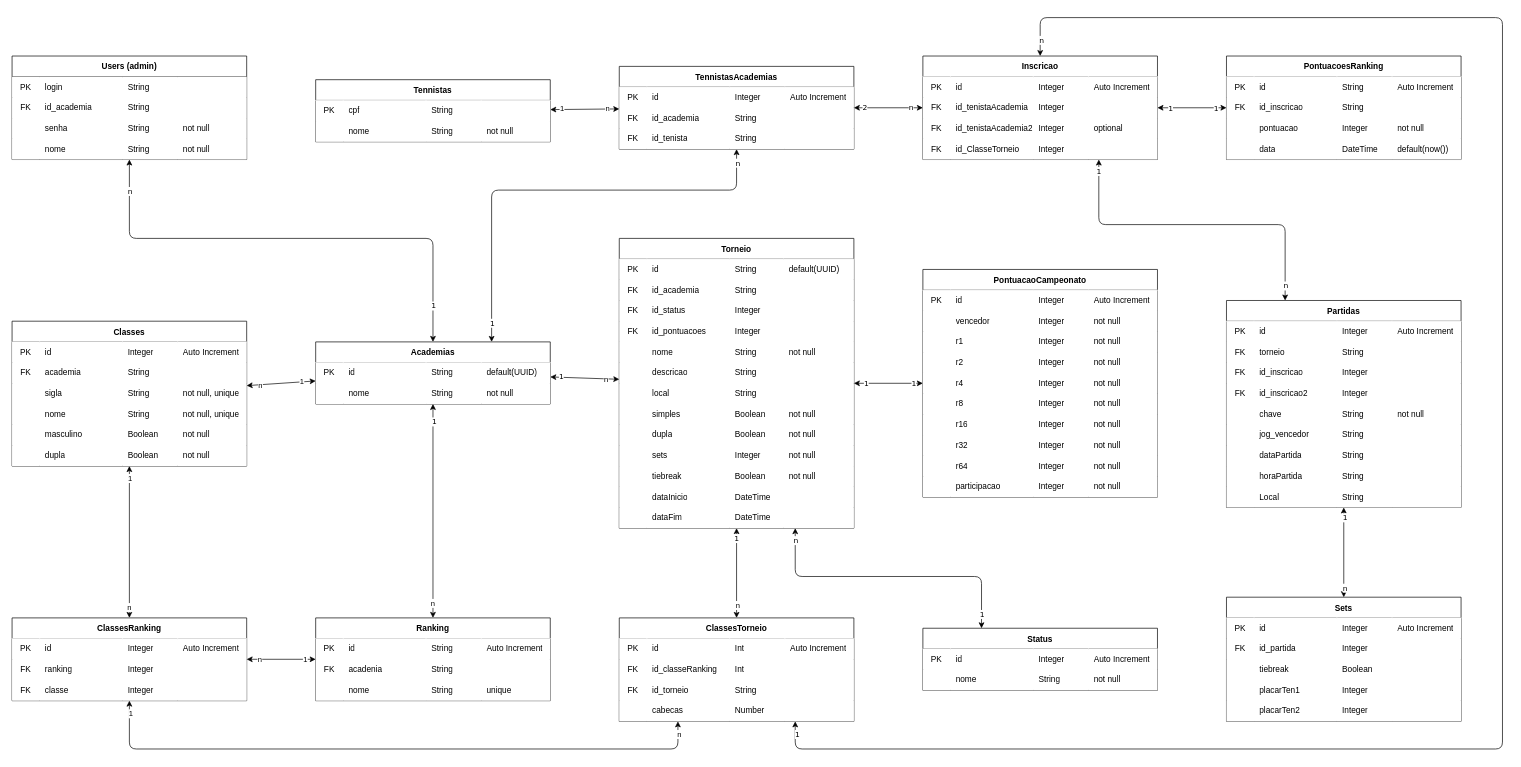
Vanakaus/projetoRaquete_server keeps this draw.io diagram as prisma/schema.drawio. Above is the earlier version. Source tidied: cells renumbered, new cells numbered last; positions are measured from the earlier drawing's top-left corner, leaving out a move shared by most shapes. Both pictures are drawn from the tidied source at 69%, with x=0, y=0 at pixel (12, 17).
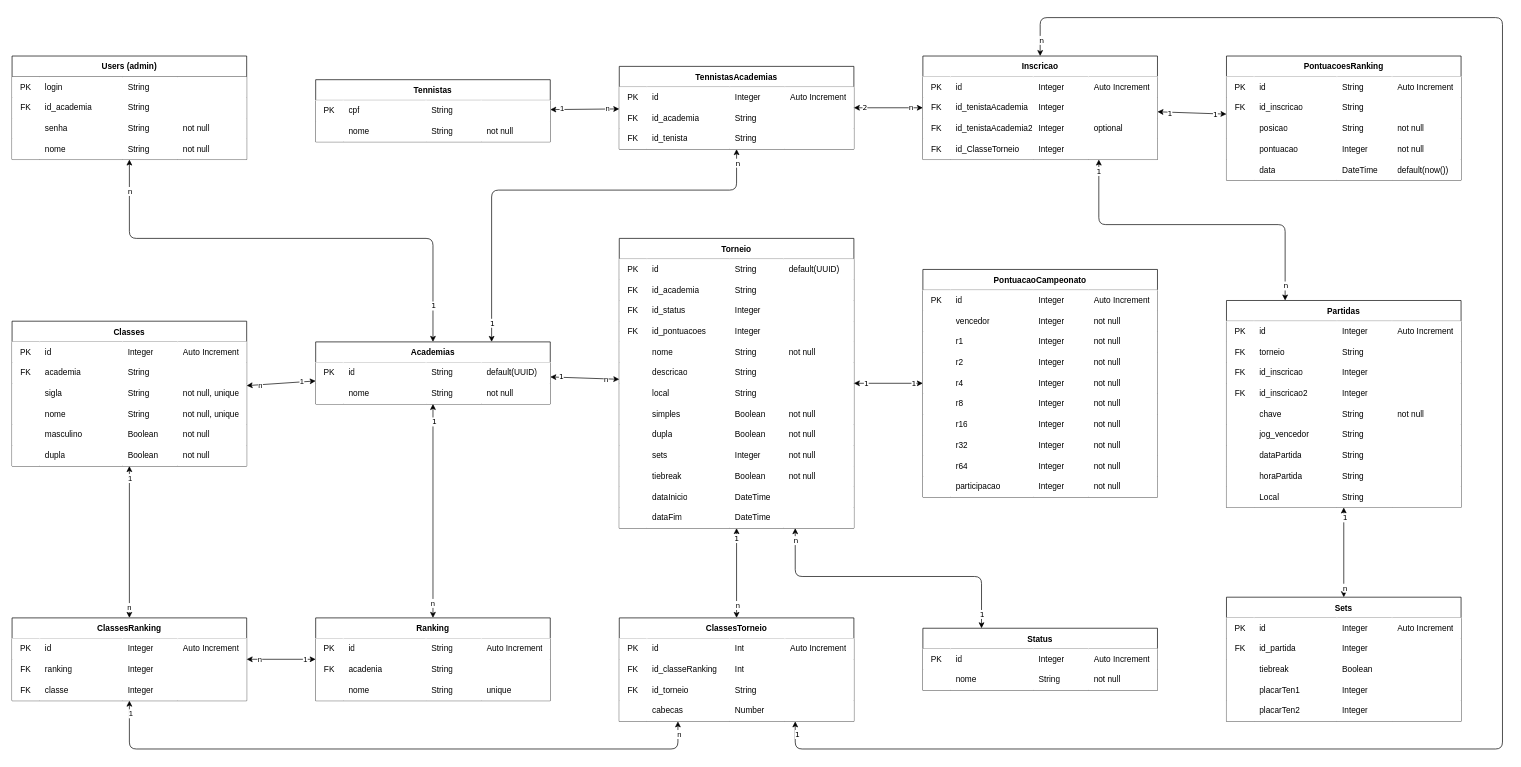
After the change.

Change to the diagram source:
```diff
@@
     <mxCell id="347" value="PontuacoesRanking" style="shape=table;startSize=30;childLayout=tableLayout;rowLines=0;fontStyle=1;gradientColor=none;fillColor=default;columnLines=0;strokeColor=default;" parent="1" vertex="1">
-      <mxGeometry x="1760" y="55.7" width="340" height="150" as="geometry" />
+      <mxGeometry x="1760" y="55.7" width="340" height="180" as="geometry" />
     </mxCell>
@@
+    <mxCell id="441" style="shape=tableRow;horizontal=0;startSize=0;swimlaneHead=0;swimlaneBody=0;top=0;left=0;bottom=0;right=0;fillColor=none;" parent="347" vertex="1">
+      <mxGeometry y="90" width="340" height="30" as="geometry" />
+    </mxCell>
+    <mxCell id="442" style="shape=partialRectangle;html=1;whiteSpace=wrap;fillColor=default;top=0;left=0;bottom=0;right=0;overflow=hidden;strokeColor=#FFFFFF;" parent="441" vertex="1">
+      <mxGeometry width="40" height="30" as="geometry" />
+    </mxCell>
+    <mxCell id="443" value="posicao" style="shape=partialRectangle;html=1;whiteSpace=wrap;fillColor=default;top=0;left=0;bottom=0;right=0;align=left;spacingLeft=6;overflow=hidden;strokeColor=#FFFFFF;" parent="441" vertex="1">
+      <mxGeometry x="40" width="120" height="30" as="geometry" />
+    </mxCell>
+    <mxCell id="444" value="String" style="shape=partialRectangle;html=1;whiteSpace=wrap;fillColor=default;top=0;left=0;bottom=0;right=0;align=left;spacingLeft=6;overflow=hidden;strokeColor=#FFFFFF;" parent="441" vertex="1">
+      <mxGeometry x="160" width="80" height="30" as="geometry" />
+    </mxCell>
+    <mxCell id="445" value="not null" style="shape=partialRectangle;html=1;whiteSpace=wrap;fillColor=default;top=0;left=0;bottom=0;right=0;align=left;spacingLeft=6;overflow=hidden;strokeColor=#FFFFFF;" parent="441" vertex="1">
+      <mxGeometry x="240" width="100" height="30" as="geometry" />
+    </mxCell>
     <mxCell id="358" style="shape=tableRow;horizontal=0;startSize=0;swimlaneHead=0;swimlaneBody=0;top=0;left=0;bottom=0;right=0;fillColor=none;" parent="347" vertex="1">
-      <mxGeometry y="90" width="340" height="30" as="geometry" />
+      <mxGeometry y="120" width="340" height="30" as="geometry" />
     </mxCell>
@@
     <mxCell id="363" style="shape=tableRow;horizontal=0;startSize=0;swimlaneHead=0;swimlaneBody=0;top=0;left=0;bottom=0;right=0;fillColor=none;" parent="347" vertex="1">
-      <mxGeometry y="120" width="340" height="30" as="geometry" />
+      <mxGeometry y="150" width="340" height="30" as="geometry" />
     </mxCell>
```
